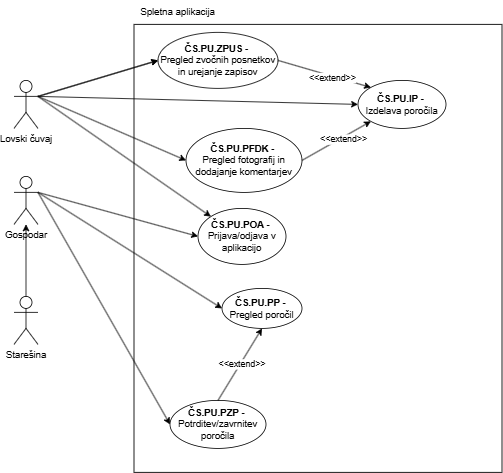
ErnestISv/Lovstvo keeps this draw.io diagram as Lovski cuvaj-Spletna aplikacija.drawio.png. Above is the earlier version. Source tidied: cells renumbered, new cells last; positions are measured from the earlier drawing's top-left corner, leaving out a move shared by most shapes. Its diagram source:
```xml
<mxGraphModel>
  <root>
    <mxCell id="0" />
    <mxCell id="1" parent="0" />
    <mxCell id="2" style="rounded=0;whiteSpace=wrap;html=1;" parent="1" vertex="1">
      <mxGeometry x="150" y="30" width="460" height="560" as="geometry" />
    </mxCell>
    <mxCell id="3" value="Lovski čuvaj" style="shape=umlActor;verticalLabelPosition=bottom;verticalAlign=top;html=1;outlineConnect=0;" parent="1" vertex="1">
      <mxGeometry y="100" width="30" height="60" as="geometry" />
    </mxCell>
    <mxCell id="4" value="Starešina" style="shape=umlActor;verticalLabelPosition=bottom;verticalAlign=top;html=1;outlineConnect=0;" parent="1" vertex="1">
      <mxGeometry y="370" width="30" height="60" as="geometry" />
    </mxCell>
    <mxCell id="5" value="Gospodar" style="shape=umlActor;verticalLabelPosition=bottom;verticalAlign=top;html=1;outlineConnect=0;" parent="1" vertex="1">
      <mxGeometry y="220" width="30" height="60" as="geometry" />
    </mxCell>
    <mxCell id="6" value="&lt;div&gt;&lt;b&gt;ČS.PU.IP -&amp;nbsp;&lt;/b&gt;&lt;/div&gt;Izdelava poročila" style="ellipse;whiteSpace=wrap;html=1;" parent="1" vertex="1">
      <mxGeometry x="430" y="100" width="110" height="60" as="geometry" />
    </mxCell>
    <mxCell id="7" style="endArrow=classic;html=1;rounded=0;exitX=1;exitY=0.3333333333333333;exitDx=0;exitDy=0;exitPerimeter=0;entryX=0;entryY=0.5;entryDx=0;entryDy=0;" parent="1" edge="1" source="3" target="6">
      <mxGeometry relative="1" as="geometry" />
    </mxCell>
    <mxCell id="8" value="&lt;div&gt;&lt;b&gt;ČS.PU.PP -&amp;nbsp;&lt;/b&gt;&lt;/div&gt;Pregled poročil" style="ellipse;whiteSpace=wrap;html=1;" parent="1" vertex="1">
      <mxGeometry x="260" y="360" width="100" height="50" as="geometry" />
    </mxCell>
    <mxCell id="9" style="endArrow=classic;html=1;rounded=0;exitX=1;exitY=0.3333333333333333;exitDx=0;exitDy=0;exitPerimeter=0;entryX=0;entryY=0.5;entryDx=0;entryDy=0;" parent="1" edge="1" source="5" target="8">
      <mxGeometry relative="1" as="geometry" />
    </mxCell>
    <mxCell id="10" value="&lt;div&gt;&lt;b&gt;ČS.PU.PZP -&amp;nbsp;&lt;/b&gt;&lt;/div&gt;Potrditev/zavrnitev poročila" style="ellipse;whiteSpace=wrap;html=1;" parent="1" vertex="1">
      <mxGeometry x="195" y="500" width="120" height="60" as="geometry" />
    </mxCell>
    <mxCell id="11" style="endArrow=classic;html=1;rounded=0;exitX=1;exitY=0.3333333333333333;exitDx=0;exitDy=0;exitPerimeter=0;entryX=0;entryY=0.5;entryDx=0;entryDy=0;" parent="1" edge="1" source="5" target="10">
      <mxGeometry relative="1" as="geometry" />
    </mxCell>
    <mxCell id="12" value="Spletna aplikacija" style="text;html=1;align=center;verticalAlign=middle;whiteSpace=wrap;rounded=0;" parent="1" vertex="1">
      <mxGeometry x="150" width="110" height="30" as="geometry" />
    </mxCell>
    <mxCell id="13" style="endArrow=classic;html=1;rounded=0;exitX=0.5;exitY=0;exitDx=0;exitDy=0;exitPerimeter=0;" parent="1" edge="1" source="4" target="5">
      <mxGeometry relative="1" as="geometry" />
    </mxCell>
    <mxCell id="14" value="&lt;div&gt;&lt;b&gt;ČS.PU.POA -&amp;nbsp;&lt;/b&gt;&lt;/div&gt;Prijava/odjava v aplikacijo" style="ellipse;whiteSpace=wrap;html=1;" parent="1" vertex="1">
      <mxGeometry x="230" y="260" width="110" height="70" as="geometry" />
    </mxCell>
    <mxCell id="15" style="endArrow=classic;html=1;rounded=0;entryX=0;entryY=0;entryDx=0;entryDy=0;" parent="1" edge="1" target="14">
      <mxGeometry relative="1" as="geometry">
        <mxPoint x="30" y="120" as="sourcePoint" />
      </mxGeometry>
    </mxCell>
    <mxCell id="16" value="&lt;div&gt;&lt;b&gt;ČS.PU.PFDK -&amp;nbsp;&lt;/b&gt;&lt;/div&gt;Pregled fotografij in dodajanje komentarjev" style="ellipse;whiteSpace=wrap;html=1;" parent="1" vertex="1">
      <mxGeometry x="215" y="160" width="145" height="80" as="geometry" />
    </mxCell>
    <mxCell id="17" style="endArrow=classic;html=1;rounded=0;exitX=1;exitY=0.3333333333333333;exitDx=0;exitDy=0;exitPerimeter=0;entryX=0;entryY=0.5;entryDx=0;entryDy=0;" parent="1" edge="1" source="3" target="16">
      <mxGeometry relative="1" as="geometry" />
    </mxCell>
    <mxCell id="18" style="endArrow=classic;html=1;rounded=0;exitX=1;exitY=0.3333333333333333;exitDx=0;exitDy=0;exitPerimeter=0;entryX=0;entryY=0.5;entryDx=0;entryDy=0;" parent="1" edge="1" source="3" target="20">
      <mxGeometry relative="1" as="geometry" />
    </mxCell>
    <mxCell id="19" style="endArrow=classic;html=1;rounded=0;exitX=1;exitY=0.3333333333333333;exitDx=0;exitDy=0;exitPerimeter=0;entryX=0;entryY=0.5;entryDx=0;entryDy=0;" parent="1" edge="1" source="3" target="20">
      <mxGeometry relative="1" as="geometry" />
    </mxCell>
    <mxCell id="20" value="&lt;div&gt;&lt;b&gt;ČS.PU.ZPUS -&amp;nbsp;&lt;/b&gt;&lt;/div&gt;Pregled zvočnih posnetkov in urejanje zapisov" style="ellipse;whiteSpace=wrap;html=1;" parent="1" vertex="1">
      <mxGeometry x="180" y="40" width="150" height="70" as="geometry" />
    </mxCell>
    <mxCell id="21" style="endArrow=classic;html=1;rounded=0;exitX=1;exitY=0.3333333333333333;exitDx=0;exitDy=0;exitPerimeter=0;entryX=0;entryY=0.5;entryDx=0;entryDy=0;" parent="1" edge="1" source="5" target="14">
      <mxGeometry relative="1" as="geometry" />
    </mxCell>
    <mxCell id="22" style="endArrow=classic;html=1;rounded=0;exitX=1;exitY=0.5;exitDx=0;exitDy=0;entryX=0;entryY=0;entryDx=0;entryDy=0;" parent="1" edge="1" source="20" target="6">
      <mxGeometry relative="1" as="geometry" />
    </mxCell>
    <mxCell id="23" value="&amp;lt;&amp;lt;extend&amp;gt;&amp;gt;" style="edgeLabel;html=1;align=center;verticalAlign=middle;" parent="22" vertex="1">
      <mxGeometry x="0.18" y="-2" relative="1" as="geometry" />
    </mxCell>
    <mxCell id="24" style="endArrow=classic;html=1;rounded=0;exitX=1;exitY=0.5;exitDx=0;exitDy=0;entryX=0;entryY=1;entryDx=0;entryDy=0;" parent="1" edge="1" source="16" target="6">
      <mxGeometry relative="1" as="geometry" />
    </mxCell>
    <mxCell id="25" value="&amp;lt;&amp;lt;extend&amp;gt;&amp;gt;" style="edgeLabel;html=1;align=center;verticalAlign=middle;" parent="24" vertex="1">
      <mxGeometry x="0.18" y="-2" relative="1" as="geometry" />
    </mxCell>
    <mxCell id="26" style="endArrow=classic;html=1;rounded=0;exitX=0.5;exitY=0;exitDx=0;exitDy=0;entryX=0.5;entryY=1;entryDx=0;entryDy=0;" parent="1" edge="1" source="10" target="8">
      <mxGeometry relative="1" as="geometry" />
    </mxCell>
    <mxCell id="27" value="&amp;lt;&amp;lt;extend&amp;gt;&amp;gt;" style="edgeLabel;html=1;align=center;verticalAlign=middle;" parent="26" vertex="1">
      <mxGeometry x="0.02" y="-1" relative="1" as="geometry" />
    </mxCell>
  </root>
</mxGraphModel>
```
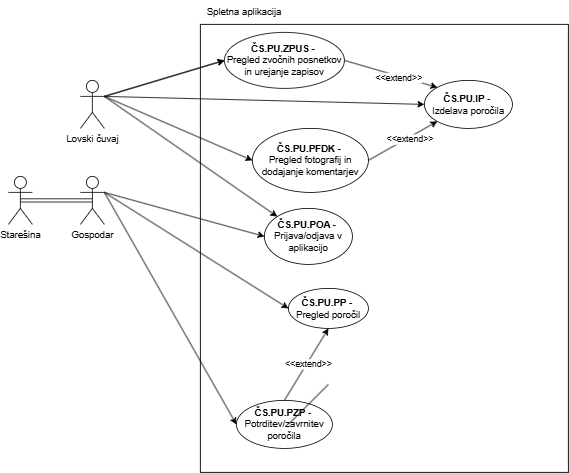
Later version of the same file.

The edit, as a diff of the source:
```diff
@@ -9,7 +9,7 @@
       <mxGeometry y="100" width="30" height="60" as="geometry" />
     </mxCell>
     <mxCell id="4" value="Starešina" style="shape=umlActor;verticalLabelPosition=bottom;verticalAlign=top;html=1;outlineConnect=0;" parent="1" vertex="1">
-      <mxGeometry y="370" width="30" height="60" as="geometry" />
+      <mxGeometry x="-90" y="220" width="30" height="60" as="geometry" />
     </mxCell>
     <mxCell id="5" value="Gospodar" style="shape=umlActor;verticalLabelPosition=bottom;verticalAlign=top;html=1;outlineConnect=0;" parent="1" vertex="1">
       <mxGeometry y="220" width="30" height="60" as="geometry" />
@@ -35,9 +35,6 @@
     <mxCell id="12" value="Spletna aplikacija" style="text;html=1;align=center;verticalAlign=middle;whiteSpace=wrap;rounded=0;" parent="1" vertex="1">
       <mxGeometry x="150" width="110" height="30" as="geometry" />
     </mxCell>
-    <mxCell id="13" style="endArrow=classic;html=1;rounded=0;exitX=0.5;exitY=0;exitDx=0;exitDy=0;exitPerimeter=0;" parent="1" edge="1" source="4" target="5">
-      <mxGeometry relative="1" as="geometry" />
-    </mxCell>
     <mxCell id="14" value="&lt;div&gt;&lt;b&gt;ČS.PU.POA -&amp;nbsp;&lt;/b&gt;&lt;/div&gt;Prijava/odjava v aplikacijo" style="ellipse;whiteSpace=wrap;html=1;" parent="1" vertex="1">
       <mxGeometry x="230" y="260" width="110" height="70" as="geometry" />
     </mxCell>
@@ -82,5 +79,14 @@
     <mxCell id="27" value="&amp;lt;&amp;lt;extend&amp;gt;&amp;gt;" style="edgeLabel;html=1;align=center;verticalAlign=middle;" parent="26" vertex="1">
       <mxGeometry x="0.02" y="-1" relative="1" as="geometry" />
     </mxCell>
+    <mxCell id="28" style="endArrow=none;html=1;rounded=0;" parent="1" edge="1">
+      <mxGeometry relative="1" as="geometry">
+        <mxPoint x="260" y="530" as="sourcePoint" />
+        <mxPoint x="310" y="480" as="targetPoint" />
+      </mxGeometry>
+    </mxCell>
+    <mxCell id="13" style="edgeStyle=orthogonalEdgeStyle;rounded=0;jettySize=auto;html=1;exitX=0.5;exitY=0.5;exitDx=0;exitDy=0;exitPerimeter=0;entryX=0.5;entryY=0.5;entryDx=0;entryDy=0;entryPerimeter=0;shape=link;" parent="1" edge="1" source="4" target="5">
+      <mxGeometry relative="1" as="geometry" />
+    </mxCell>
   </root>
 </mxGraphModel>
```
